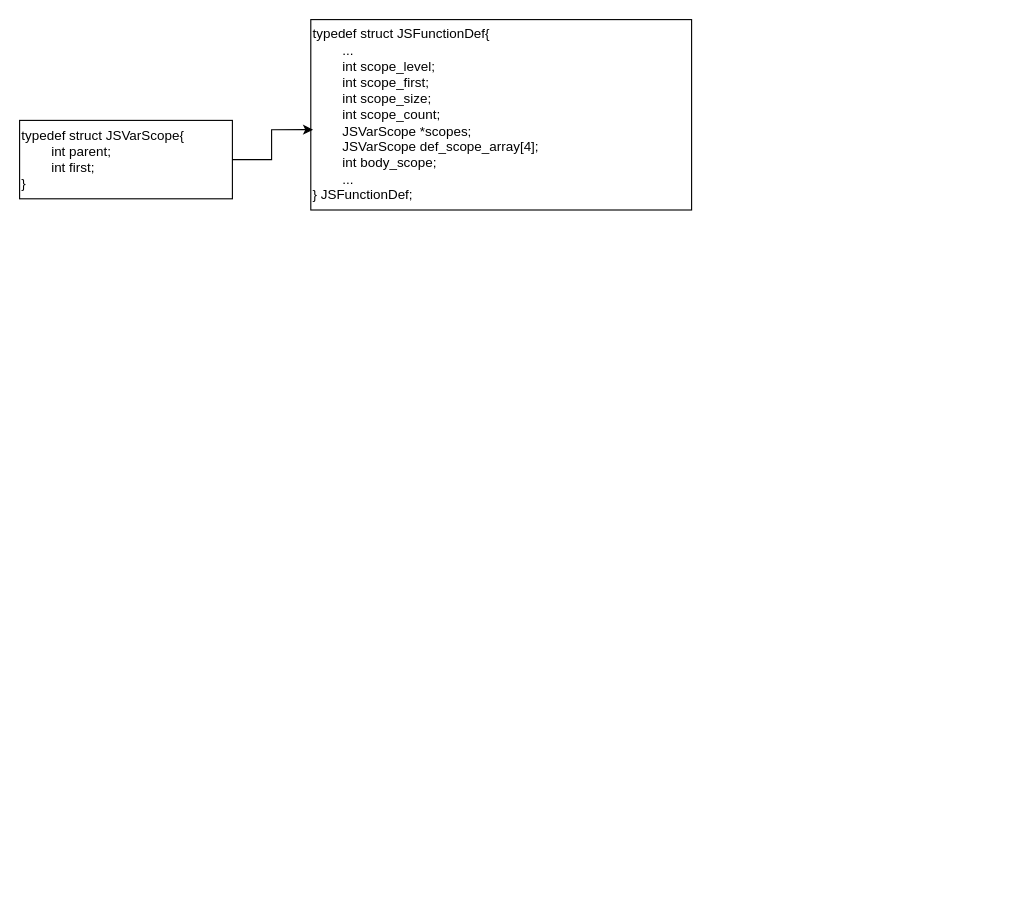
Above: quickjs_struct.drawio in yuhaishenedc/drawio (draw.io), before the change. Source tidied: cells renumbered, new cells numbered last; positions are measured from the earlier drawing's top-left corner, leaving out a move shared by most shapes. Both pictures are drawn from the tidied source at 112%, with x=0, y=0 at pixel (19, 19).
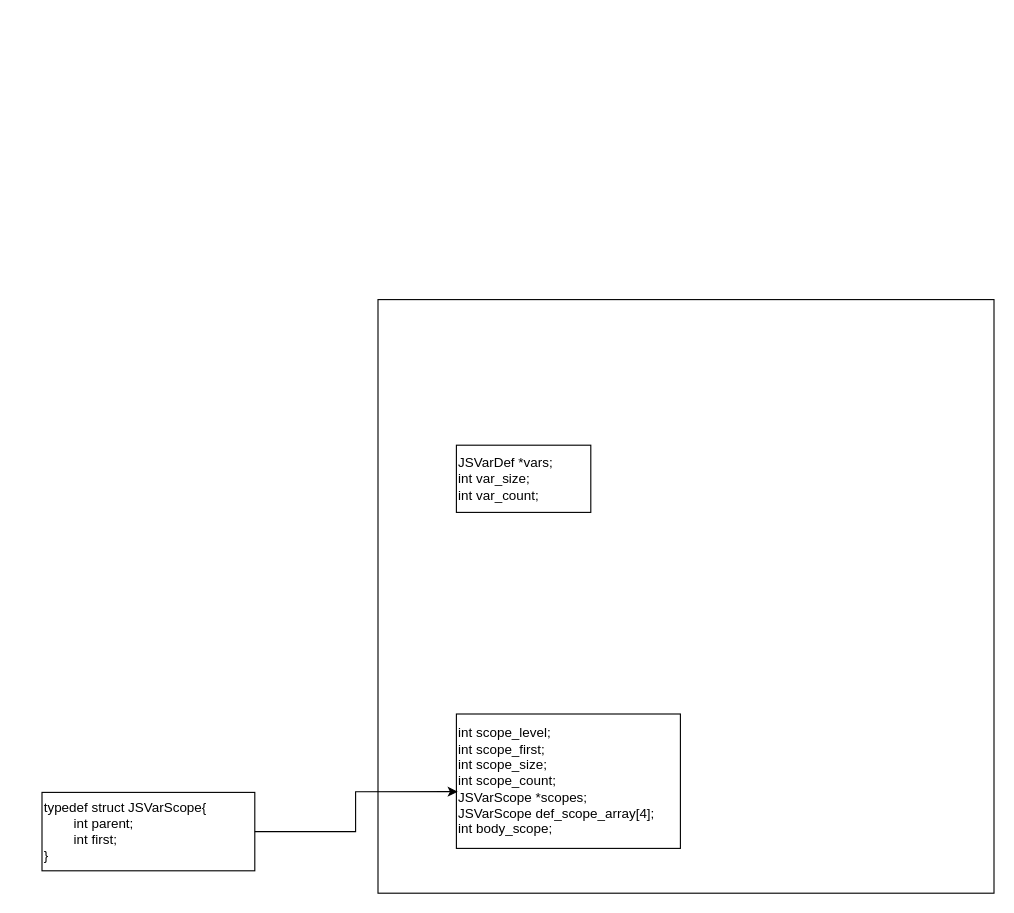
Above is the later version.

Commit message:
break jsfunctiondef to part

Diff of the diagram source:
```diff
@@
 <mxGraphModel>
   <root>
     <mxCell id="0" />
     <mxCell id="1" parent="0" />
+    <mxCell id="5" style="whiteSpace=wrap;html=1;" parent="1" vertex="1">
+      <mxGeometry x="320" y="250" width="550" height="530" as="geometry" />
+    </mxCell>
-    <mxCell id="2" value="typedef struct JSFunctionDef{&lt;div&gt;&lt;span style=&quot;white-space: pre;&quot;&gt;&#9;&lt;/span&gt;...&lt;/div&gt;&lt;div&gt;&lt;span style=&quot;white-space: pre;&quot;&gt;&#9;&lt;/span&gt;int scope_level;&lt;/div&gt;&lt;div&gt;&lt;span style=&quot;white-space: pre;&quot;&gt;&#9;&lt;/span&gt;int scope_first;&lt;/div&gt;&lt;div&gt;&lt;span style=&quot;white-space: pre;&quot;&gt;&#9;&lt;/span&gt;int scope_size;&lt;/div&gt;&lt;div&gt;&lt;span style=&quot;white-space: pre;&quot;&gt;&#9;&lt;/span&gt;int scope_count;&lt;/div&gt;&lt;div&gt;&lt;span style=&quot;white-space: pre;&quot;&gt;&#9;&lt;/span&gt;JSVarScope *scopes;&lt;/div&gt;&lt;div&gt;&lt;span style=&quot;white-space: pre;&quot;&gt;&#9;&lt;/span&gt;JSVarScope def_scope_array[4];&lt;/div&gt;&lt;div&gt;&lt;span style=&quot;white-space: pre;&quot;&gt;&#9;&lt;/span&gt;int body_scope;&lt;/div&gt;&lt;div&gt;&lt;span style=&quot;white-space: pre;&quot;&gt;&#9;&lt;/span&gt;...&lt;br&gt;&lt;div&gt;} JSFunctionDef;&lt;/div&gt;&lt;/div&gt;" style="whiteSpace=wrap;html=1;align=left;" parent="1" vertex="1">
-      <mxGeometry x="260" width="340" height="170" as="geometry" />
+    <mxCell id="2" value="&lt;div&gt;int scope_level;&lt;/div&gt;&lt;div&gt;int scope_first;&lt;/div&gt;&lt;div&gt;int scope_size;&lt;/div&gt;&lt;div&gt;int scope_count;&lt;/div&gt;&lt;div&gt;JSVarScope *scopes;&lt;/div&gt;&lt;div&gt;JSVarScope def_scope_array[4];&lt;/div&gt;&lt;div&gt;int body_scope;&lt;/div&gt;" style="whiteSpace=wrap;html=1;align=left;" parent="1" vertex="1">
+      <mxGeometry x="390" y="620" width="200" height="120" as="geometry" />
     </mxCell>
     <mxCell id="3" value="typedef struct JSVarScope{&lt;div&gt;&lt;span style=&quot;white-space: pre;&quot;&gt;&#9;&lt;/span&gt;int parent;&lt;br&gt;&lt;/div&gt;&lt;div&gt;&lt;span style=&quot;white-space: pre;&quot;&gt;&#9;&lt;/span&gt;int first;&lt;br&gt;&lt;/div&gt;&lt;div&gt;}&lt;/div&gt;" style="whiteSpace=wrap;html=1;align=left;" parent="1" vertex="1">
-      <mxGeometry y="90" width="190" height="70" as="geometry" />
+      <mxGeometry x="20" y="690" width="190" height="70" as="geometry" />
     </mxCell>
     <mxCell id="4" style="edgeStyle=orthogonalEdgeStyle;rounded=0;jettySize=auto;html=1;entryX=0.006;entryY=0.578;entryDx=0;entryDy=0;entryPerimeter=0;" parent="1" edge="1" source="3" target="2">
       <mxGeometry relative="1" as="geometry" />
     </mxCell>
+    <mxCell id="6" value="JSVarDef *vars;&lt;div&gt;int var_size;&lt;/div&gt;&lt;div&gt;int var_count;&lt;/div&gt;" style="whiteSpace=wrap;html=1;align=left;" parent="1" vertex="1">
+      <mxGeometry x="390" y="380" width="120" height="60" as="geometry" />
+    </mxCell>
   </root>
 </mxGraphModel>
```
